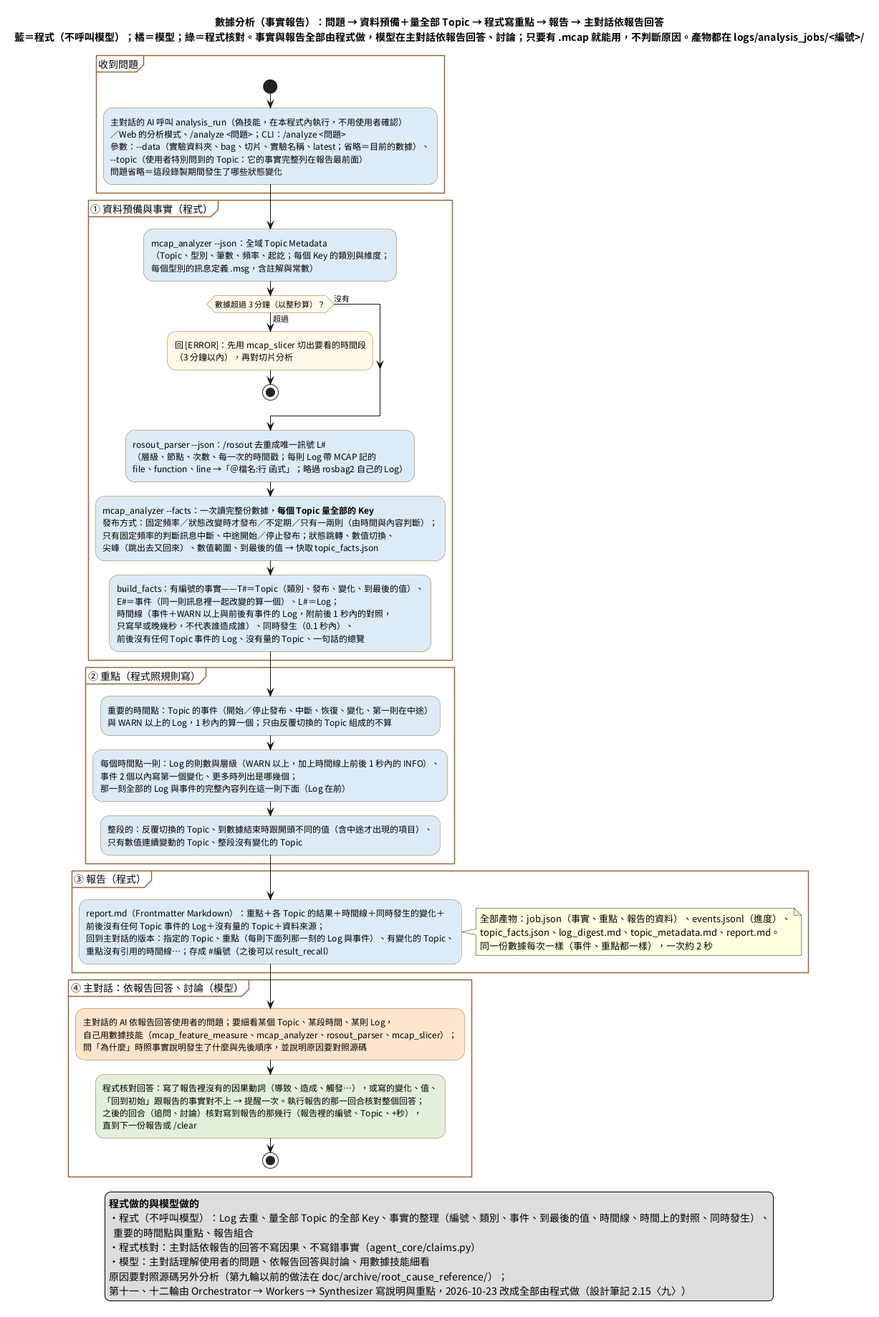
The PlantUML diagram doc/images/數據診斷的流程.png in DavidZox/Coding_agnet, before a commit.
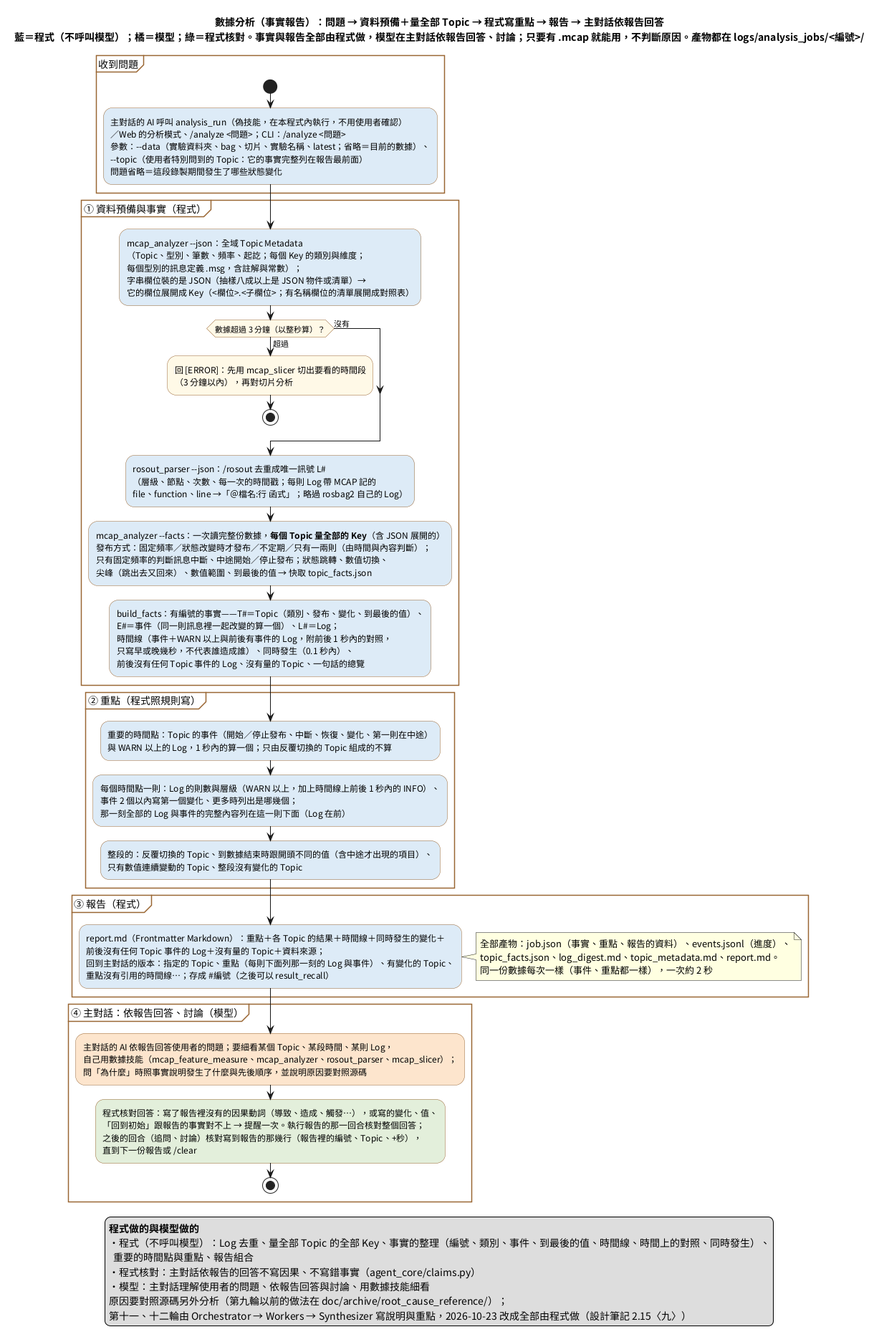
After the commit.

Change to the diagram source:
```diff
@@ -20,7 +20,9 @@
 partition "① 資料預備與事實（程式）" {
 :mcap_analyzer ~--json：全域 Topic Metadata
 （Topic、型別、筆數、頻率、起訖；每個 Key 的類別與維度；
-每個型別的訊息定義 .msg，含註解與常數）; <<#DDEBF7>>
+每個型別的訊息定義 .msg，含註解與常數）；
+字串欄位裝的是 JSON（抽樣八成以上是 JSON 物件或清單）→
+它的欄位展開成 Key（<欄位>.<子欄位>；有名稱欄位的清單展開成對照表）; <<#DDEBF7>>
 if (數據超過 3 分鐘（以整秒算）？) then (超過)
   :回 [ERROR]：先用 mcap_slicer 切出要看的時間段
   （3 分鐘以內），再對切片分析;
@@ -30,7 +32,7 @@
 :rosout_parser ~--json：/rosout 去重成唯一訊號 L#
 （層級、節點、次數、每一次的時間戳；每則 Log 帶 MCAP 記的
 file、function、line →「＠檔名:行 函式」；略過 rosbag2 自己的 Log）; <<#DDEBF7>>
-:mcap_analyzer ~--facts：一次讀完整份數據，**每個 Topic 量全部的 Key**
+:mcap_analyzer ~--facts：一次讀完整份數據，**每個 Topic 量全部的 Key**（含 JSON 展開的）
 發布方式：固定頻率／狀態改變時才發布／不定期／只有一兩則（由時間與內容判斷）；
 只有固定頻率的判斷訊息中斷、中途開始／停止發布；狀態跳轉、數值切換、
 尖峰（跳出去又回來）、數值範圍、到最後的值 → 快取 topic_facts.json; <<#DDEBF7>>
```
